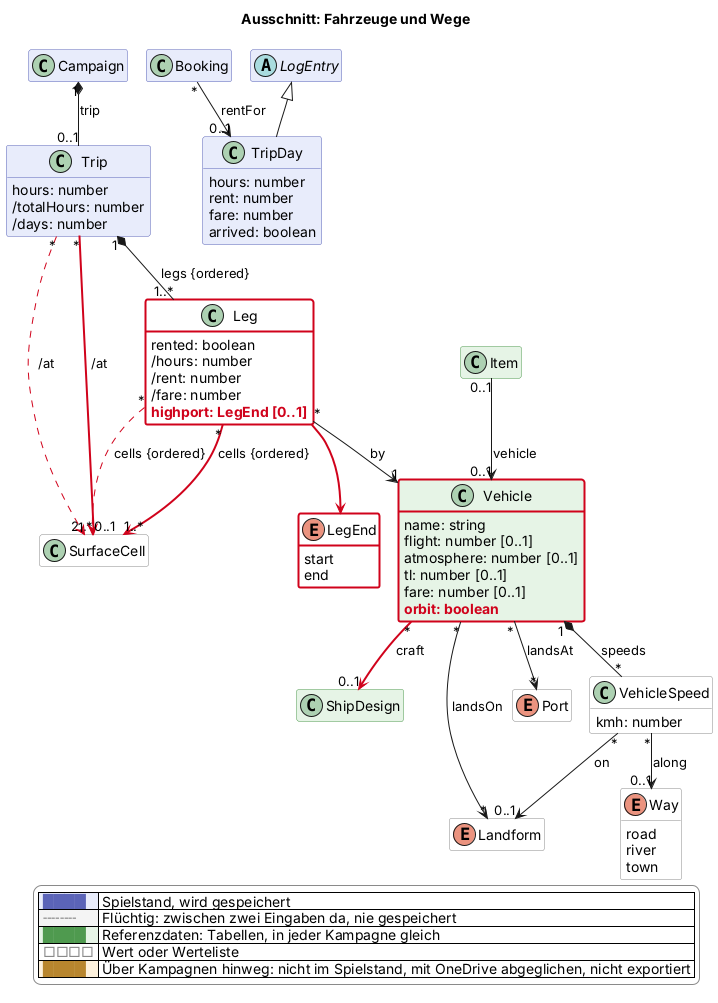
Above: docs/views/logistik.png in scuzzar/SRE (PlantUML), before the change.
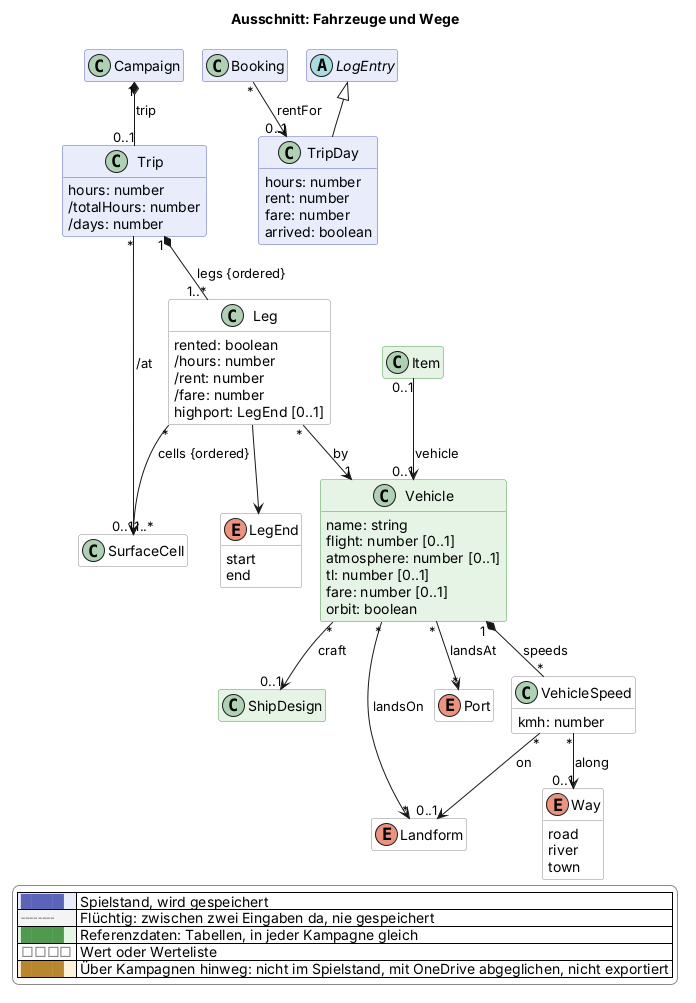
Above is the later version.

What changed in the source:
```diff
@@ -93,7 +93,7 @@
     atmosphere: number [0..1]
     tl: number [0..1]
     fare: number [0..1]
-    $new("2026-11-28b", "orbit: boolean")
+    orbit: boolean
   }
   class VehicleSpeed <<value>> $logistik {
     kmh: number
@@ -108,9 +108,9 @@
     /hours: number
     /rent: number
     /fare: number
-    $new("2026-11-28b", "highport: LegEnd [0..1]")
+    highport: LegEnd [0..1]
   }
-  enum LegEnd <<value>> $logistik $newClass("2026-11-28b") {
+  enum LegEnd <<value>> $logistik {
     start
     end
   }
@@ -135,7 +135,7 @@
 
 Item "0..1" --> "0..1" Vehicle : vehicle
 Vehicle "1" *-- "*" VehicleSpeed : speeds
-Vehicle "*" -$newArrow("2026-11-28b")-> "0..1" ShipDesign : craft
+Vehicle "*" --> "0..1" ShipDesign : craft
 VehicleSpeed "*" --> "0..1" Landform : on
 VehicleSpeed "*" --> "0..1" Way : along
 Vehicle "*" --> "*" Landform : landsOn
@@ -143,11 +143,9 @@
 Campaign "1" *-- "0..1" Trip : trip
 Trip "1" *-- "1..*" Leg : legs {ordered}
 Leg "*" --> "1" Vehicle : by
-Leg "*" -$goneArrow("2026-11-28b")-> "2..*" SurfaceCell : cells {ordered}
-Leg "*" -$newArrow("2026-11-28b")-> "1..*" SurfaceCell : cells {ordered}
-Leg -$newArrow("2026-11-28b")-> LegEnd
-Trip "*" -$goneArrow("2026-11-28b")-> "1" SurfaceCell : /at
-Trip "*" -$newArrow("2026-11-28b")-> "0..1" SurfaceCell : /at
+Leg "*" --> "1..*" SurfaceCell : cells {ordered}
+Leg --> LegEnd
+Trip "*" --> "0..1" SurfaceCell : /at
 LogEntry <|-- TripDay
 Booking "*" --> "0..1" TripDay : rentFor
 
@@ -166,6 +164,4 @@
   |<#ffffff> <color:#8a8a8a>□□□□</color> | Wert oder Werteliste |
   |<#fdf1dc> <color:#b8862e>████</color> | Über Kampagnen hinweg: nicht im Spielstand, mit OneDrive abgeglichen, nicht exportiert |
 endlegend
-class Vehicle #line:d0021b;line.bold
-class Leg #line:d0021b;line.bold
 @enduml
```
